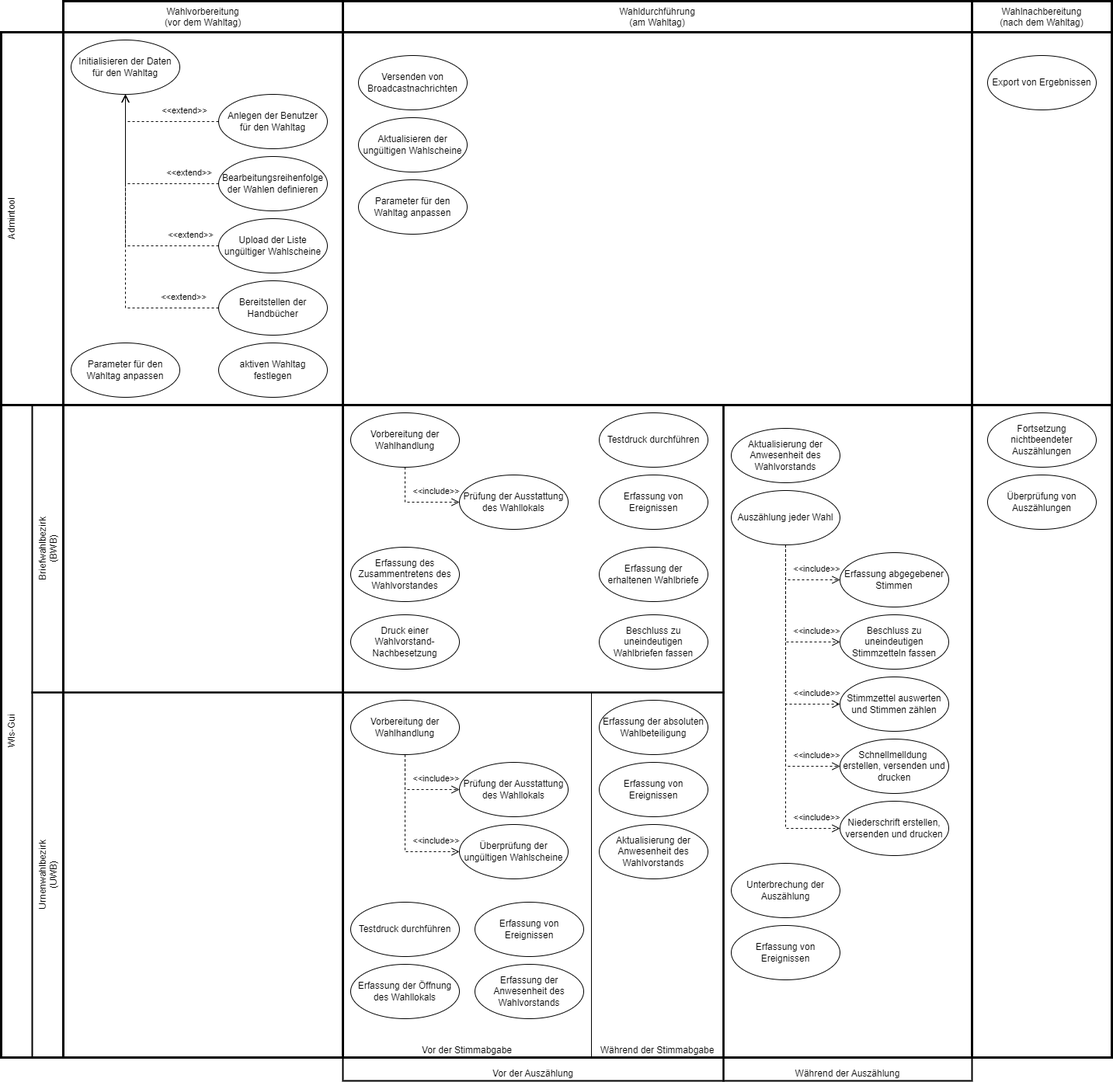
Above: docs/src/public/relationshipOfUIsToElectionProcess.drawio.png in it-at-m/Wahllokalsystem (draw.io), before the change. Source tidied: cells renumbered, new cells last; positions are measured from the earlier drawing's top-left corner, leaving out a move shared by most shapes.
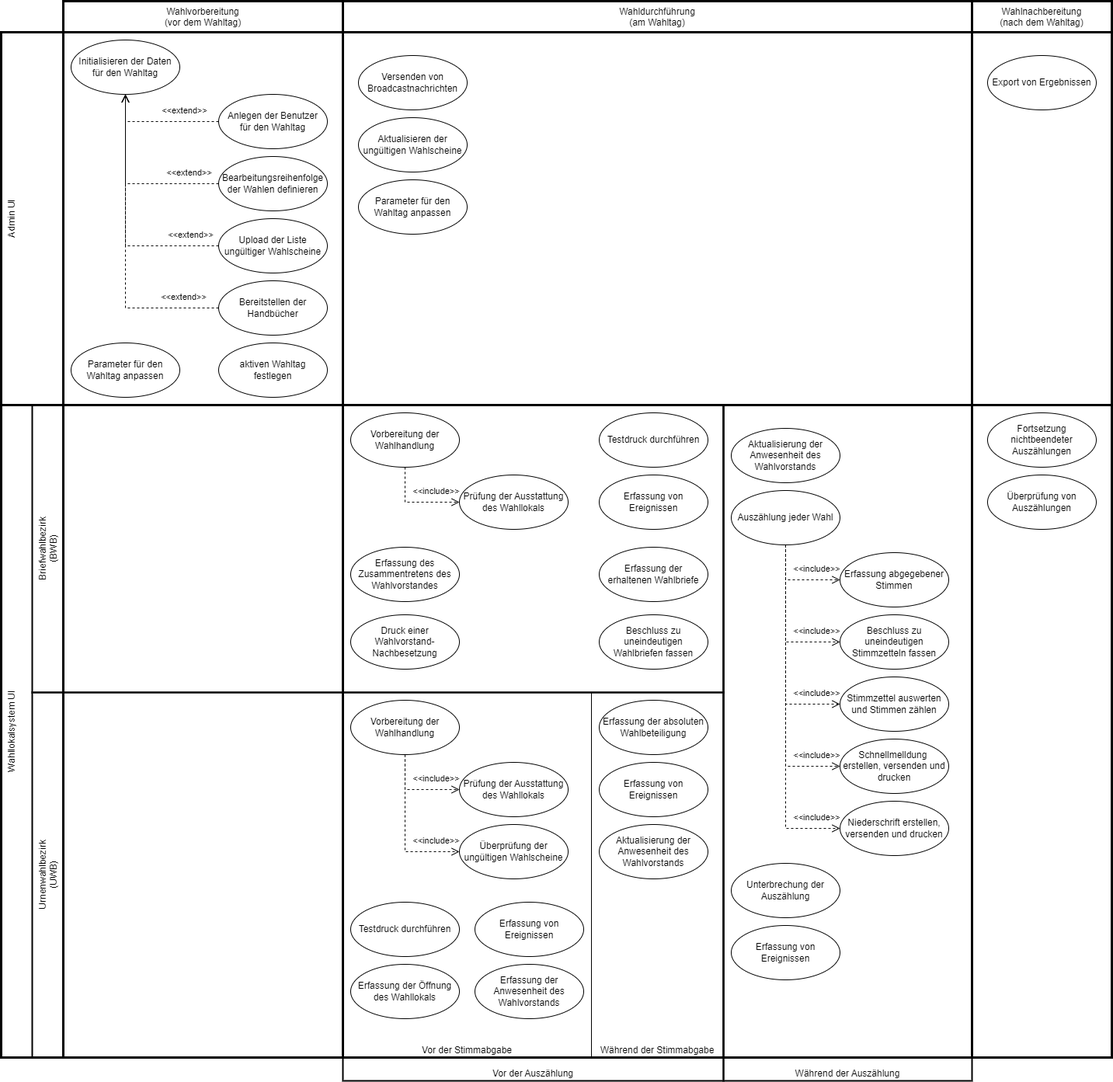
Later version of the same file.

Commit message:
use same frontend names like on sysspec page

Diff of the diagram source:
```diff
@@ -11,7 +11,7 @@
     <mxCell id="4" value="Wahldurchführung&lt;br&gt;(am Wahltag)" style="rounded=0;whiteSpace=wrap;html=1;labelPosition=center;verticalLabelPosition=middle;align=center;verticalAlign=top;horizontal=1;fillColor=none;strokeWidth=3;" parent="1" vertex="1">
       <mxGeometry x="440" width="810" height="1360" as="geometry" />
     </mxCell>
-    <mxCell id="5" value="Wls-Gui" style="rounded=0;whiteSpace=wrap;html=1;labelPosition=center;verticalLabelPosition=middle;align=center;verticalAlign=top;horizontal=0;fillColor=none;strokeWidth=3;" parent="1" vertex="1">
+    <mxCell id="5" value="&lt;span class=&quot;nodeLabel&quot;&gt;Wahllokalsystem UI&lt;/span&gt;" style="rounded=0;whiteSpace=wrap;html=1;labelPosition=center;verticalLabelPosition=middle;align=center;verticalAlign=top;horizontal=0;fillColor=none;strokeWidth=3;" parent="1" vertex="1">
       <mxGeometry y="520" width="1430" height="840" as="geometry" />
     </mxCell>
     <mxCell id="6" value="Briefwahlbezirk&lt;br&gt;(BWB)" style="rounded=0;whiteSpace=wrap;html=1;labelPosition=center;verticalLabelPosition=middle;align=center;verticalAlign=top;horizontal=0;fillColor=none;strokeWidth=2;" parent="1" vertex="1">
@@ -32,7 +32,7 @@
     <mxCell id="11" value="Vor der Stimmabgabe" style="rounded=0;whiteSpace=wrap;html=1;labelPosition=center;verticalLabelPosition=middle;align=center;verticalAlign=bottom;horizontal=1;fillColor=none;" parent="1" vertex="1">
       <mxGeometry x="440" y="890" width="320" height="470" as="geometry" />
     </mxCell>
-    <mxCell id="12" value="Admintool" style="rounded=0;whiteSpace=wrap;html=1;labelPosition=center;verticalLabelPosition=middle;align=center;verticalAlign=top;horizontal=0;fillColor=none;strokeWidth=3;" parent="1" vertex="1">
+    <mxCell id="12" value="&lt;span class=&quot;nodeLabel&quot;&gt;Admin UI&lt;/span&gt;" style="rounded=0;whiteSpace=wrap;html=1;labelPosition=center;verticalLabelPosition=middle;align=center;verticalAlign=top;horizontal=0;fillColor=none;strokeWidth=3;" parent="1" vertex="1">
       <mxGeometry y="40" width="1430" height="480" as="geometry" />
     </mxCell>
     <mxCell id="13" value="Versenden von Broadcastnachrichten" style="ellipse;whiteSpace=wrap;html=1;" parent="1" vertex="1">
```
